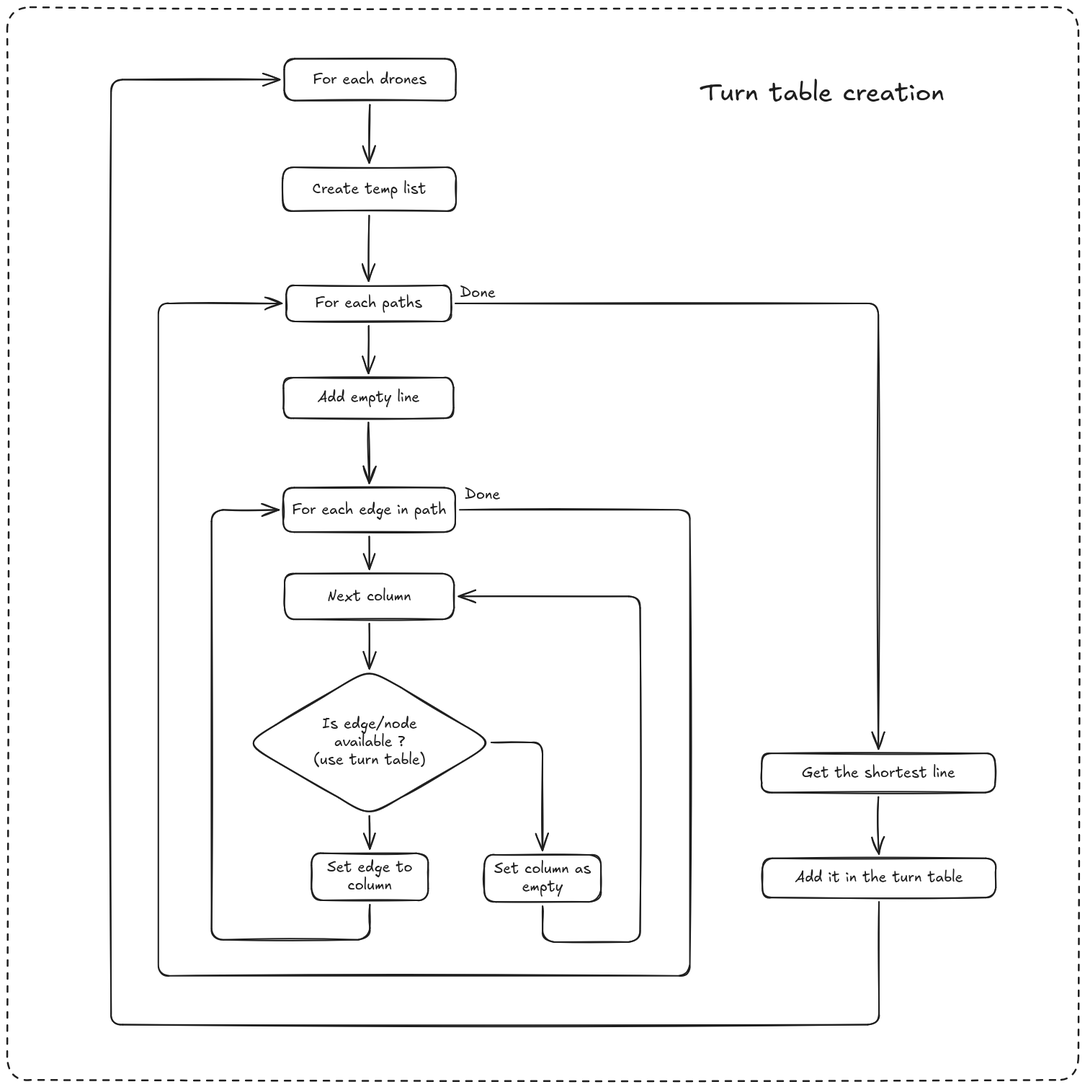
This is images/table_logic.excalidraw.png from flinguenheld/42_fly_in, a Excalidraw export, as it was before one commit. Source tidied: one line per element, renumbered; positions are measured from the earlier drawing's top-left corner, leaving out a move shared by most shapes.
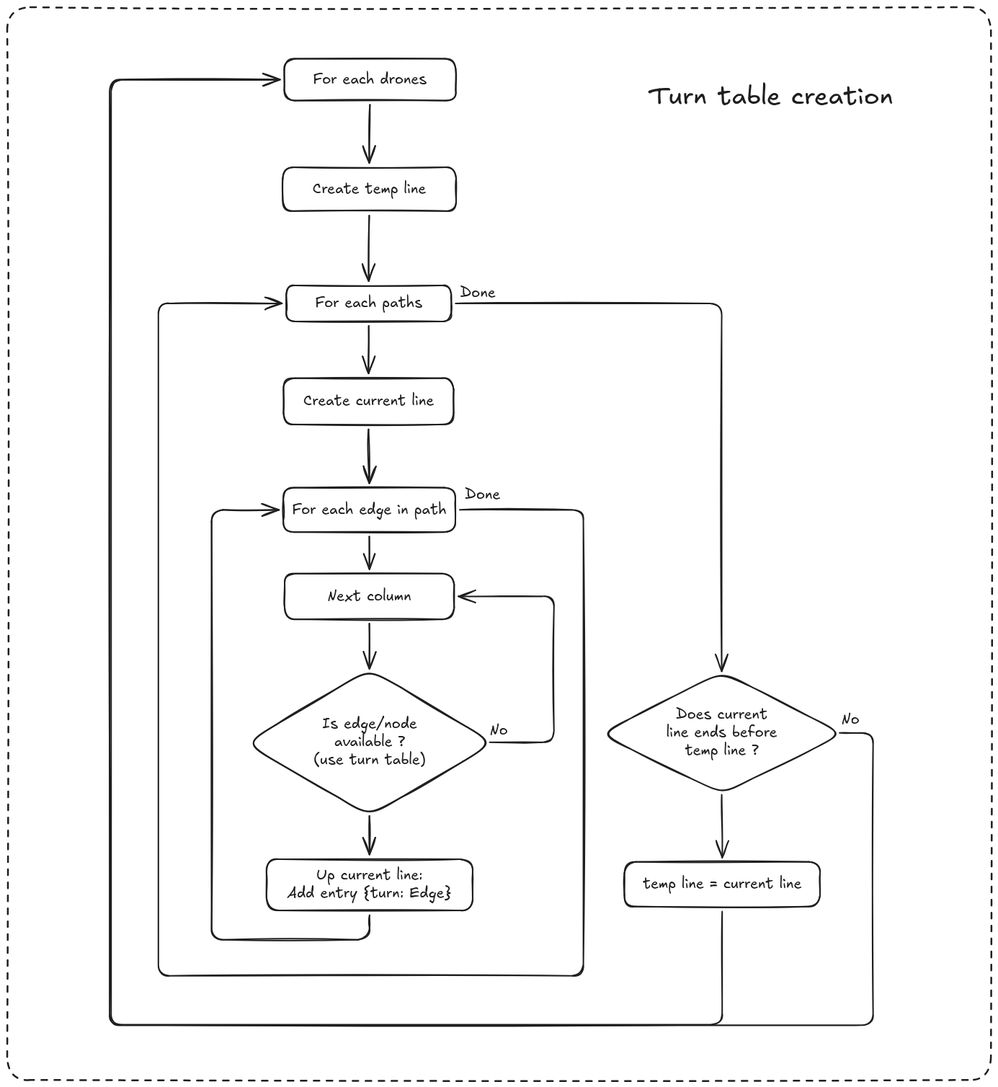
The same diagram one commit later.

Commit message:
Start table logic

Change to the diagram source:
```diff
@@ -1,40 +1,40 @@
 {"id": 0, "type": "rectangle", "strokeColor": "#1e1e1e", "strokeWidth": 2, "roughness": 1, "round": true, "x": 382, "y": 222, "width": 241, "height": 61}
-{"id": 1, "type": "text", "text": "Create temp list", "strokeColor": "#1e1e1e", "strokeWidth": 2, "roughness": 1, "fontSize": 20, "fontFamily": 5, "textAlign": "center", "verticalAlign": "middle", "inside": 0, "x": 424, "y": 240, "width": 158, "height": 25}
+{"id": 1, "type": "text", "text": "Create temp line", "strokeColor": "#1e1e1e", "strokeWidth": 2, "roughness": 1, "fontSize": 20, "fontFamily": 5, "textAlign": "center", "verticalAlign": "middle", "inside": 0, "x": 424, "y": 240, "width": 157, "height": 25}
 {"id": 2, "type": "rectangle", "strokeColor": "#1e1e1e", "strokeWidth": 2, "roughness": 1, "round": true, "x": 387, "y": 386, "width": 229, "height": 50}
 {"id": 3, "type": "text", "text": "For each paths", "strokeColor": "#1e1e1e", "strokeWidth": 2, "roughness": 1, "fontSize": 20, "fontFamily": 5, "textAlign": "center", "verticalAlign": "middle", "inside": 2, "x": 427, "y": 399, "width": 149, "height": 25}
 {"id": 4, "type": "rectangle", "strokeColor": "#1e1e1e", "strokeWidth": 2, "roughness": 1, "round": true, "x": 385, "y": 786, "width": 235, "height": 63}
 {"id": 5, "type": "text", "text": "Next column", "strokeColor": "#1e1e1e", "strokeWidth": 2, "roughness": 1, "fontSize": 20, "fontFamily": 5, "textAlign": "center", "verticalAlign": "middle", "inside": 4, "x": 445, "y": 805, "width": 116, "height": 25}
-{"id": 6, "type": "rectangle", "strokeColor": "#1e1e1e", "strokeWidth": 2, "roughness": 1, "round": true, "x": 384, "y": 514, "width": 236, "height": 56}
+{"id": 6, "type": "rectangle", "strokeColor": "#1e1e1e", "strokeWidth": 2, "roughness": 1, "round": true, "x": 384, "y": 515, "width": 236, "height": 64}
-{"id": 7, "type": "text", "text": "Add empty line", "strokeColor": "#1e1e1e", "strokeWidth": 2, "roughness": 1, "fontSize": 20, "fontFamily": 5, "textAlign": "center", "verticalAlign": "middle", "inside": 6, "x": 431, "y": 530, "width": 141, "height": 25}
+{"id": 7, "type": "text", "text": "Create current line", "strokeColor": "#1e1e1e", "strokeWidth": 2, "roughness": 1, "fontSize": 20, "fontFamily": 5, "textAlign": "center", "verticalAlign": "middle", "inside": 6, "x": 411, "y": 534, "width": 181, "height": 25}
 {"id": 8, "type": "diamond", "strokeColor": "#1e1e1e", "strokeWidth": 2, "roughness": 1, "round": true, "x": 330, "y": 918, "width": 345, "height": 204}
 {"id": 9, "type": "text", "text": "Is edge/node\navailable ?\n(use turn table)", "strokeColor": "#1e1e1e", "strokeWidth": 2, "roughness": 1, "fontSize": 20, "fontFamily": 5, "textAlign": "center", "verticalAlign": "middle", "inside": 8, "x": 425, "y": 982, "width": 156, "height": 75}
-{"id": 10, "type": "rectangle", "strokeColor": "#1e1e1e", "strokeWidth": 2, "roughness": 1, "round": true, "x": 422, "y": 1174, "width": 162, "height": 65}
+{"id": 10, "type": "rectangle", "strokeColor": "#1e1e1e", "strokeWidth": 2, "roughness": 1, "round": true, "x": 360, "y": 1182, "width": 286, "height": 71}
-{"id": 11, "type": "text", "text": "Set edge to\ncolumn", "strokeColor": "#1e1e1e", "strokeWidth": 2, "roughness": 1, "fontSize": 20, "fontFamily": 5, "textAlign": "center", "verticalAlign": "middle", "inside": 10, "x": 444, "y": 1181, "width": 118, "height": 50}
+{"id": 11, "type": "text", "text": "Up current line:\nAdd entry {turn: Edge}", "strokeColor": "#1e1e1e", "strokeWidth": 2, "roughness": 1, "fontSize": 20, "fontFamily": 5, "textAlign": "center", "verticalAlign": "middle", "inside": 10, "x": 389, "y": 1193, "width": 229, "height": 50}
-{"id": 12, "type": "rectangle", "strokeColor": "#1e1e1e", "strokeWidth": 2, "roughness": 1, "round": true, "x": 662, "y": 1176, "width": 162, "height": 65}
-{"id": 13, "type": "text", "text": "Set column as\nempty", "strokeColor": "#1e1e1e", "strokeWidth": 2, "roughness": 1, "fontSize": 20, "fontFamily": 5, "textAlign": "center", "verticalAlign": "middle", "inside": 12, "x": 676, "y": 1184, "width": 134, "height": 50}
 {"id": 14, "type": "rectangle", "strokeColor": "#1e1e1e", "strokeWidth": 2, "roughness": 1, "round": true, "x": 383, "y": 667, "width": 239, "height": 62}
 {"id": 15, "type": "text", "text": "For each edge in path", "strokeColor": "#1e1e1e", "strokeWidth": 2, "roughness": 1, "fontSize": 20, "fontFamily": 5, "textAlign": "center", "verticalAlign": "middle", "inside": 14, "x": 396, "y": 685, "width": 214, "height": 25}
-{"id": 16, "type": "arrow", "strokeColor": "#1e1e1e", "strokeWidth": 2, "roughness": 1, "endArrowhead": "arrow", "from": 8, "to": 12, "x": 672, "y": 1020, "width": 71, "height": 150, "points": [[0, 0], [71, 0], [71, 150]]}
-{"id": 17, "type": "arrow", "strokeColor": "#1e1e1e", "strokeWidth": 2, "roughness": 1, "endArrowhead": "arrow", "from": 8, "to": 10, "x": 503, "y": 1122, "width": 1, "height": 46, "points": [[0, 0], [1, 46]]}
+{"id": 17, "type": "arrow", "strokeColor": "#1e1e1e", "strokeWidth": 2, "roughness": 1, "endArrowhead": "arrow", "from": 8, "to": 10, "x": 503, "y": 1122, "width": 0, "height": 53, "points": [[0, 0], [0, 53]]}
-{"id": 18, "type": "arrow", "strokeColor": "#1e1e1e", "strokeWidth": 2, "roughness": 1, "endArrowhead": "arrow", "from": 10, "to": 14, "x": 503, "y": 1245, "width": 220, "height": 596, "points": [[0, 0], [0, 49], [-220, 49], [-220, -548], [-126, -548]]}
+{"id": 18, "type": "arrow", "strokeColor": "#1e1e1e", "strokeWidth": 2, "roughness": 1, "endArrowhead": "arrow", "from": 10, "to": 14, "x": 503, "y": 1260, "width": 219, "height": 596, "points": [[0, 0], [0, 34], [-219, 34], [-219, -562], [-126, -562]]}
 {"id": 19, "type": "arrow", "strokeColor": "#1e1e1e", "strokeWidth": 2, "roughness": 1, "endArrowhead": "arrow", "from": 2, "to": 6, "x": 502, "y": 442, "width": 0, "height": 66, "points": [[0, 0], [0, 66]]}
 {"id": 20, "type": "arrow", "strokeColor": "#1e1e1e", "strokeWidth": 2, "roughness": 1, "endArrowhead": "arrow", "from": 0, "to": 2, "x": 502, "y": 289, "width": 1, "height": 91, "points": [[0, 0], [-1, 91]]}
 {"id": 21, "type": "arrow", "strokeColor": "#1e1e1e", "strokeWidth": 2, "roughness": 1, "endArrowhead": "arrow", "from": 4, "to": 8, "x": 503, "y": 855, "width": 0, "height": 63, "points": [[0, 0], [0, 63]]}
 {"id": 22, "type": "arrow", "strokeColor": "#1e1e1e", "strokeWidth": 2, "roughness": 1, "endArrowhead": "arrow", "from": 14, "to": 4, "x": 502, "y": 735, "width": 0, "height": 45, "points": [[0, 0], [0, 45]]}
-{"id": 23, "type": "arrow", "strokeColor": "#1e1e1e", "strokeWidth": 2, "roughness": 1, "endArrowhead": "arrow", "from": 12, "to": 4, "x": 743, "y": 1247, "width": 252, "height": 480, "points": [[0, 0], [0, 50], [135, 50], [135, -430], [-117, -430]]}
-{"id": 24, "type": "arrow", "strokeColor": "#1e1e1e", "strokeWidth": 2, "roughness": 1, "endArrowhead": "arrow", "from": 6, "to": 14, "x": 502, "y": 576, "width": 1, "height": 84, "points": [[0, 0], [1, 84]]}
+{"id": 24, "type": "arrow", "strokeColor": "#1e1e1e", "strokeWidth": 2, "roughness": 1, "endArrowhead": "arrow", "from": 6, "to": 14, "x": 502, "y": 586, "width": 1, "height": 75, "points": [[0, 0], [1, 75]]}
-{"id": 25, "type": "rectangle", "strokeColor": "#1e1e1e", "strokeWidth": 2, "roughness": 1, "round": true, "x": 1047, "y": 1035, "width": 324, "height": 54}
-{"id": 26, "type": "text", "text": "Get the shortest line", "strokeColor": "#1e1e1e", "strokeWidth": 2, "roughness": 1, "fontSize": 20, "fontFamily": 5, "textAlign": "center", "verticalAlign": "middle", "inside": 25, "x": 1103, "y": 1050, "width": 213, "height": 25}
-{"id": 27, "type": "rectangle", "strokeColor": "#1e1e1e", "strokeWidth": 2, "roughness": 1, "round": true, "x": 1048, "y": 1181, "width": 324, "height": 54}
+{"id": 27, "type": "rectangle", "strokeColor": "#1e1e1e", "strokeWidth": 2, "roughness": 1, "round": true, "x": 857, "y": 1186, "width": 271, "height": 62}
-{"id": 28, "type": "text", "text": "Add it in the turn table", "strokeColor": "#1e1e1e", "strokeWidth": 2, "roughness": 1, "fontSize": 20, "fontFamily": 5, "textAlign": "center", "verticalAlign": "middle", "inside": 27, "x": 1094, "y": 1196, "width": 233, "height": 25}
+{"id": 28, "type": "text", "text": "temp line = current line", "strokeColor": "#1e1e1e", "strokeWidth": 2, "roughness": 1, "fontSize": 20, "fontFamily": 5, "textAlign": "center", "verticalAlign": "middle", "inside": 27, "x": 882, "y": 1204, "width": 220, "height": 25}
-{"id": 29, "type": "arrow", "strokeColor": "#1e1e1e", "strokeWidth": 2, "roughness": 1, "endArrowhead": "arrow", "from": 2, "to": 25, "x": 622, "y": 411, "width": 587, "height": 618, "points": [[0, 0], [587, 0], [587, 618]]}
-{"id": 30, "type": "arrow", "strokeColor": "#1e1e1e", "strokeWidth": 2, "roughness": 1, "endArrowhead": "arrow", "from": 25, "to": 27, "x": 1209, "y": 1096, "width": 1, "height": 79, "points": [[0, 0], [1, 79]]}
 {"id": 31, "type": "rectangle", "strokeColor": "#1e1e1e", "strokeWidth": 2, "roughness": 1, "round": true, "x": 384, "y": 72, "width": 238, "height": 58}
 {"id": 32, "type": "text", "text": "For each drones", "strokeColor": "#1e1e1e", "strokeWidth": 2, "roughness": 1, "fontSize": 20, "fontFamily": 5, "textAlign": "center", "verticalAlign": "middle", "inside": 31, "x": 425, "y": 88, "width": 158, "height": 25}
-{"id": 33, "type": "arrow", "strokeColor": "#1e1e1e", "strokeWidth": 2, "roughness": 1, "endArrowhead": "arrow", "from": 27, "to": 31, "x": 1210, "y": 1241, "width": 1066, "height": 1311, "points": [[0, 0], [0, 170], [-1066, 170], [-1066, -1141], [-832, -1141]]}
 {"id": 34, "type": "arrow", "strokeColor": "#1e1e1e", "strokeWidth": 2, "roughness": 1, "endArrowhead": "arrow", "from": 31, "to": 0, "x": 503, "y": 136, "width": 1, "height": 81, "points": [[0, 0], [-1, 81]]}
-{"id": 35, "type": "rectangle", "strokeColor": "#1e1e1e", "strokeWidth": 2, "strokeStyle": "dashed", "roughness": 1, "round": true, "x": 0, "y": 0, "width": 1487, "height": 1488}
+{"id": 35, "type": "rectangle", "strokeColor": "#1e1e1e", "strokeWidth": 2, "strokeStyle": "dashed", "roughness": 1, "round": true, "x": 0, "y": 0, "width": 1365, "height": 1488}
+{"id": 33, "type": "arrow", "strokeColor": "#1e1e1e", "strokeWidth": 2, "roughness": 1, "endArrowhead": "arrow", "from": 27, "to": 31, "x": 992, "y": 1255, "width": 848, "height": 1311, "points": [[0, 0], [0, 157], [-848, 157], [-848, -1154], [-614, -1154]]}
-{"id": 36, "type": "text", "text": "Turn table creation", "strokeColor": "#1e1e1e", "strokeWidth": 2, "strokeStyle": "dashed", "roughness": 1, "fontSize": 36, "fontFamily": 5, "x": 961, "y": 97, "width": 340, "height": 45}
+{"id": 36, "type": "text", "text": "Turn table creation", "strokeColor": "#1e1e1e", "strokeWidth": 2, "strokeStyle": "dashed", "roughness": 1, "fontSize": 36, "fontFamily": 5, "x": 889, "y": 102, "width": 340, "height": 45}
 {"id": 37, "type": "text", "text": "Done", "strokeColor": "#1e1e1e", "strokeWidth": 2, "roughness": 1, "fontSize": 20, "fontFamily": 5, "x": 629, "y": 384, "width": 49, "height": 25}
-{"id": 38, "type": "arrow", "strokeColor": "#1e1e1e", "strokeWidth": 2, "roughness": 1, "endArrowhead": "arrow", "from": 14, "to": 2, "x": 628, "y": 697, "width": 738, "height": 933, "points": [[0, 0], [320, 0], [320, 646], [-418, 646], [-418, -286], [-247, -286]]}
+{"id": 38, "type": "arrow", "strokeColor": "#1e1e1e", "strokeWidth": 2, "roughness": 1, "endArrowhead": "arrow", "from": 14, "to": 2, "x": 628, "y": 697, "width": 590, "height": 933, "points": [[0, 0], [172, 0], [172, 646], [-418, 646], [-418, -286], [-247, -286]]}
 {"id": 39, "type": "text", "text": "Done", "strokeColor": "#1e1e1e", "strokeWidth": 2, "roughness": 1, "fontSize": 20, "fontFamily": 5, "x": 635, "y": 665, "width": 49, "height": 25}
+{"id": 40, "type": "arrow", "strokeColor": "#1e1e1e", "strokeWidth": 2, "roughness": 1, "endArrowhead": "arrow", "from": 8, "to": 4, "x": 670, "y": 1020, "width": 132, "height": 202, "points": [[0, 0], [89, 0], [89, -202], [-43, -202]]}
+{"id": 41, "type": "diamond", "strokeColor": "#1e1e1e", "strokeWidth": 2, "roughness": 1, "round": true, "x": 824, "y": 922, "width": 336, "height": 170}
+{"id": 42, "type": "text", "text": "Does current\nline ends before\ntemp line ?", "strokeColor": "#1e1e1e", "strokeWidth": 2, "roughness": 1, "fontSize": 20, "fontFamily": 5, "textAlign": "center", "verticalAlign": "middle", "inside": 41, "x": 915, "y": 969, "width": 154, "height": 75}
+{"id": 43, "type": "arrow", "strokeColor": "#1e1e1e", "strokeWidth": 2, "roughness": 1, "endArrowhead": "arrow", "from": 2, "to": 41, "x": 622, "y": 411, "width": 369, "height": 510, "points": [[0, 0], [369, 0], [369, 510]]}
+{"id": 44, "type": "arrow", "strokeColor": "#1e1e1e", "strokeWidth": 2, "roughness": 1, "endArrowhead": "arrow", "from": 41, "to": 27, "x": 992, "y": 1092, "width": 1, "height": 87, "points": [[0, 0], [1, 87]]}
+{"id": 45, "type": "arrow", "strokeColor": "#1e1e1e", "strokeWidth": 2, "roughness": 1, "endArrowhead": "arrow", "from": 41, "to": 31, "x": 1155, "y": 1007, "width": 1060, "height": 1312, "points": [[0, 0], [47, 0], [47, 406], [-1013, 406], [-1013, -906], [-777, -906]]}
+{"id": 46, "type": "text", "text": "No", "strokeColor": "#1e1e1e", "strokeWidth": 2, "roughness": 1, "fontSize": 20, "fontFamily": 5, "x": 670, "y": 991, "width": 25, "height": 25}
+{"id": 47, "type": "text", "text": "No", "strokeColor": "#1e1e1e", "strokeWidth": 2, "roughness": 1, "fontSize": 20, "fontFamily": 5, "x": 1158, "y": 976, "width": 25, "height": 25}
```
